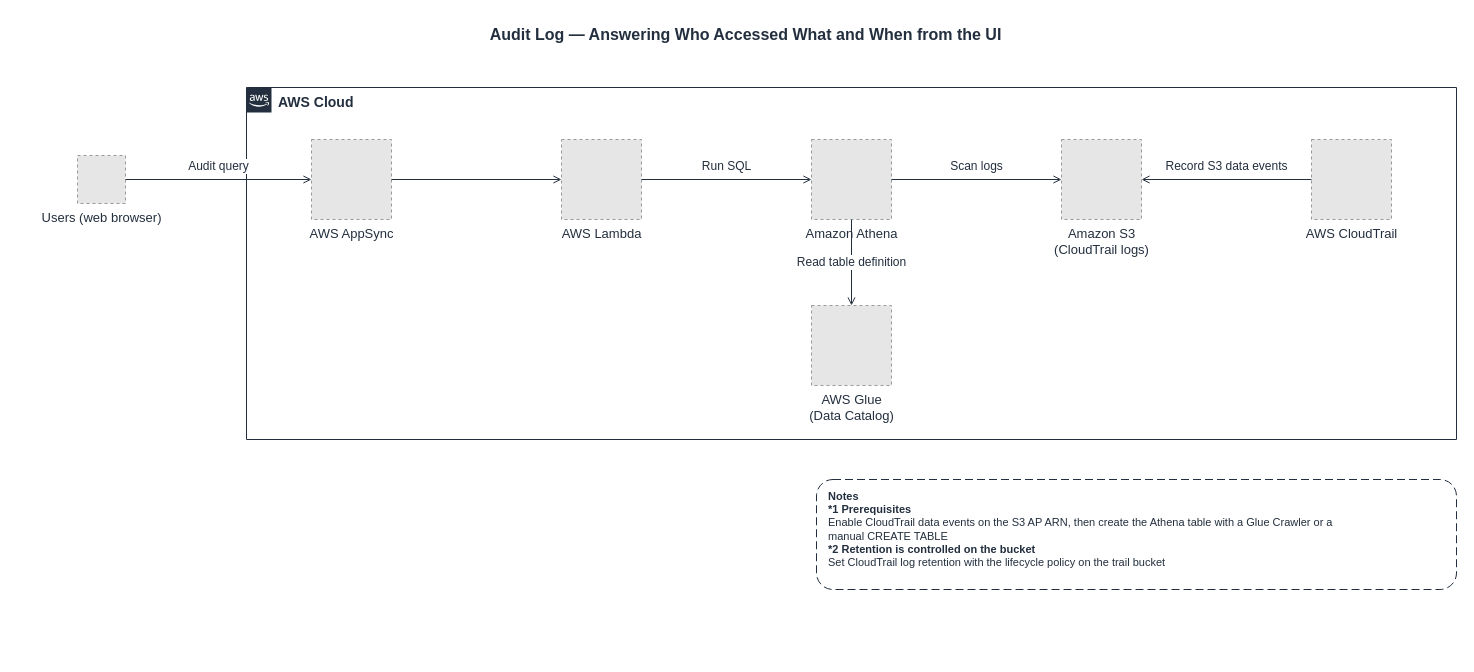
Before: docs/diagrams/part2-audit-log-pipeline-en.drawio in Yoshiki0705/FSx-for-ONTAP-S3AccessPoints-Serverless-Patterns, a draw.io diagram. Source tidied: cells renumbered, new cells numbered last; positions are measured from the earlier drawing's top-left corner, leaving out a move shared by most shapes. Both pictures are drawn from the tidied source at 100%, with x=0, y=0 at pixel (33, 17). Pictures stored in the file or linked from it are replaced by grey dashed boxes.
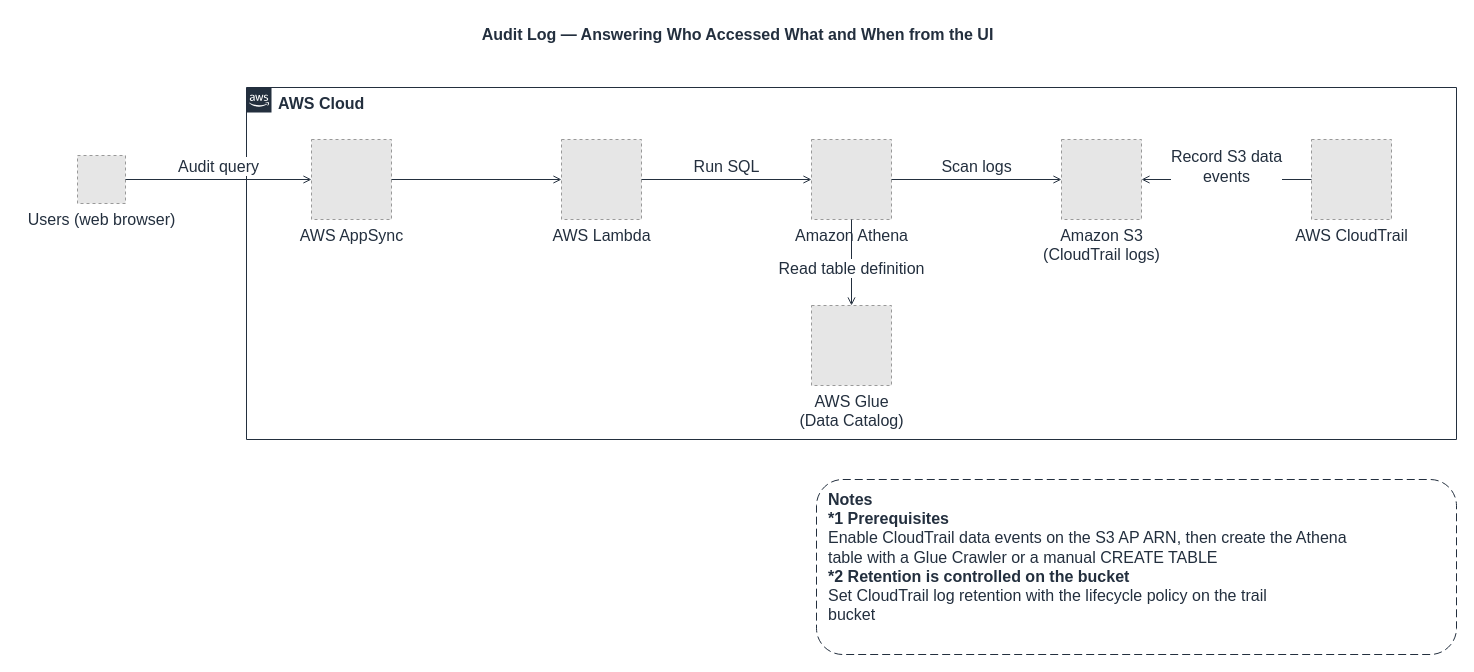
Above is the later version.

What changed in the source:
```diff
@@
     <mxCell id="2" value="Audit Log — Answering Who Accessed What and When from the UI" style="text;html=1;align=center;verticalAlign=middle;fontSize=16;fontStyle=1;fontColor=#232F3E;" parent="1" vertex="1">
-      <mxGeometry width="1423" height="34" as="geometry" />
+      <mxGeometry x="-16" width="1439" height="34" as="geometry" />
     </mxCell>
-    <mxCell id="3" value="AWS Cloud" style="gradientColor=none;html=1;whiteSpace=wrap;fontSize=14;fontStyle=1;shape=mxgraph.aws4.group;grIcon=mxgraph.aws4.group_aws_cloud_alt;strokeColor=#232F3E;fillColor=none;verticalAlign=top;align=left;spacingLeft=30;fontColor=#232F3E;dashed=0;" parent="1" vertex="1">
+    <mxCell id="3" value="AWS Cloud" style="gradientColor=none;html=1;whiteSpace=wrap;fontSize=16;fontStyle=1;shape=mxgraph.aws4.group;grIcon=mxgraph.aws4.group_aws_cloud_alt;strokeColor=#232F3E;fillColor=none;verticalAlign=top;align=left;spacingLeft=30;fontColor=#232F3E;dashed=0;" parent="1" vertex="1">
       <mxGeometry x="213" y="70" width="1210" height="352" as="geometry" />
     </mxCell>
-    <mxCell id="4" value="Users (web browser)" style="fillColor=#E6E6E6;strokeColor=#999999;dashed=1;html=1;verticalLabelPosition=bottom;verticalAlign=top;labelPosition=center;align=center;fontSize=13;fontColor=#232F3E;" parent="1" vertex="1">
+    <mxCell id="4" value="Users (web browser)" style="fillColor=#E6E6E6;strokeColor=#999999;dashed=1;html=1;verticalLabelPosition=bottom;verticalAlign=top;labelPosition=center;align=center;fontSize=16;fontColor=#232F3E;" parent="1" vertex="1">
       <mxGeometry x="44" y="138" width="48" height="48" as="geometry" />
     </mxCell>
-    <mxCell id="5" value="AWS AppSync" style="fillColor=#E6E6E6;strokeColor=#999999;dashed=1;html=1;verticalLabelPosition=bottom;verticalAlign=top;labelPosition=center;align=center;fontSize=13;fontColor=#232F3E;" parent="1" vertex="1">
+    <mxCell id="5" value="AWS AppSync" style="fillColor=#E6E6E6;strokeColor=#999999;dashed=1;html=1;verticalLabelPosition=bottom;verticalAlign=top;labelPosition=center;align=center;fontSize=16;fontColor=#232F3E;" parent="1" vertex="1">
       <mxGeometry x="278" y="122" width="80" height="80" as="geometry" />
     </mxCell>
-    <mxCell id="6" value="AWS Lambda" style="fillColor=#E6E6E6;strokeColor=#999999;dashed=1;html=1;verticalLabelPosition=bottom;verticalAlign=top;labelPosition=center;align=center;fontSize=13;fontColor=#232F3E;" parent="1" vertex="1">
+    <mxCell id="6" value="AWS Lambda" style="fillColor=#E6E6E6;strokeColor=#999999;dashed=1;html=1;verticalLabelPosition=bottom;verticalAlign=top;labelPosition=center;align=center;fontSize=16;fontColor=#232F3E;" parent="1" vertex="1">
       <mxGeometry x="528" y="122" width="80" height="80" as="geometry" />
     </mxCell>
-    <mxCell id="7" value="Amazon Athena" style="fillColor=#E6E6E6;strokeColor=#999999;dashed=1;html=1;verticalLabelPosition=bottom;verticalAlign=top;labelPosition=center;align=center;fontSize=13;fontColor=#232F3E;" parent="1" vertex="1">
+    <mxCell id="7" value="Amazon Athena" style="fillColor=#E6E6E6;strokeColor=#999999;dashed=1;html=1;verticalLabelPosition=bottom;verticalAlign=top;labelPosition=center;align=center;fontSize=16;fontColor=#232F3E;" parent="1" vertex="1">
       <mxGeometry x="778" y="122" width="80" height="80" as="geometry" />
     </mxCell>
-    <mxCell id="8" value="AWS Glue&lt;br&gt;(Data Catalog)" style="fillColor=#E6E6E6;strokeColor=#999999;dashed=1;html=1;verticalLabelPosition=bottom;verticalAlign=top;labelPosition=center;align=center;fontSize=13;fontColor=#232F3E;" parent="1" vertex="1">
+    <mxCell id="8" value="AWS Glue&lt;br&gt;(Data Catalog)" style="fillColor=#E6E6E6;strokeColor=#999999;dashed=1;html=1;verticalLabelPosition=bottom;verticalAlign=top;labelPosition=center;align=center;fontSize=16;fontColor=#232F3E;" parent="1" vertex="1">
       <mxGeometry x="778" y="288" width="80" height="80" as="geometry" />
     </mxCell>
-    <mxCell id="9" value="Amazon S3&lt;br&gt;(CloudTrail logs)" style="fillColor=#E6E6E6;strokeColor=#999999;dashed=1;html=1;verticalLabelPosition=bottom;verticalAlign=top;labelPosition=center;align=center;fontSize=13;fontColor=#232F3E;" parent="1" vertex="1">
+    <mxCell id="9" value="Amazon S3&lt;br&gt;(CloudTrail logs)" style="fillColor=#E6E6E6;strokeColor=#999999;dashed=1;html=1;verticalLabelPosition=bottom;verticalAlign=top;labelPosition=center;align=center;fontSize=16;fontColor=#232F3E;" parent="1" vertex="1">
       <mxGeometry x="1028" y="122" width="80" height="80" as="geometry" />
     </mxCell>
-    <mxCell id="10" value="AWS CloudTrail" style="fillColor=#E6E6E6;strokeColor=#999999;dashed=1;html=1;verticalLabelPosition=bottom;verticalAlign=top;labelPosition=center;align=center;fontSize=13;fontColor=#232F3E;" parent="1" vertex="1">
+    <mxCell id="10" value="AWS CloudTrail" style="fillColor=#E6E6E6;strokeColor=#999999;dashed=1;html=1;verticalLabelPosition=bottom;verticalAlign=top;labelPosition=center;align=center;fontSize=16;fontColor=#232F3E;" parent="1" vertex="1">
       <mxGeometry x="1278" y="122" width="80" height="80" as="geometry" />
     </mxCell>
-    <mxCell id="11" value="Audit query" style="edgeStyle=orthogonalEdgeStyle;rounded=0;jettySize=auto;html=1;endArrow=open;endFill=0;strokeColor=#232F3E;strokeWidth=1;fontSize=12;fontColor=#232F3E;labelBackgroundColor=#ffffff;" parent="1" edge="1" source="4" target="5">
+    <mxCell id="11" value="Audit query" style="edgeStyle=orthogonalEdgeStyle;rounded=0;jettySize=auto;html=1;endArrow=open;endFill=0;strokeColor=#232F3E;strokeWidth=1;fontSize=16;fontColor=#232F3E;labelBackgroundColor=#ffffff;" parent="1" edge="1" source="4" target="5">
       <mxGeometry relative="1" as="geometry">
         <mxPoint y="-13" as="offset" />
       </mxGeometry>
     </mxCell>
-    <mxCell id="12" style="edgeStyle=orthogonalEdgeStyle;rounded=0;jettySize=auto;html=1;endArrow=open;endFill=0;strokeColor=#232F3E;strokeWidth=1;fontSize=12;fontColor=#232F3E;labelBackgroundColor=#ffffff;" parent="1" edge="1" source="5" target="6">
+    <mxCell id="12" style="edgeStyle=orthogonalEdgeStyle;rounded=0;jettySize=auto;html=1;endArrow=open;endFill=0;strokeColor=#232F3E;strokeWidth=1;fontSize=16;fontColor=#232F3E;labelBackgroundColor=#ffffff;" parent="1" edge="1" source="5" target="6">
       <mxGeometry relative="1" as="geometry" />
     </mxCell>
-    <mxCell id="13" value="Run SQL" style="edgeStyle=orthogonalEdgeStyle;rounded=0;jettySize=auto;html=1;endArrow=open;endFill=0;strokeColor=#232F3E;strokeWidth=1;fontSize=12;fontColor=#232F3E;labelBackgroundColor=#ffffff;" parent="1" edge="1" source="6" target="7">
+    <mxCell id="13" value="Run SQL" style="edgeStyle=orthogonalEdgeStyle;rounded=0;jettySize=auto;html=1;endArrow=open;endFill=0;strokeColor=#232F3E;strokeWidth=1;fontSize=16;fontColor=#232F3E;labelBackgroundColor=#ffffff;" parent="1" edge="1" source="6" target="7">
       <mxGeometry relative="1" as="geometry">
         <mxPoint y="-13" as="offset" />
       </mxGeometry>
     </mxCell>
-    <mxCell id="14" value="Read table definition" style="edgeStyle=orthogonalEdgeStyle;rounded=0;jettySize=auto;html=1;endArrow=open;endFill=0;strokeColor=#232F3E;strokeWidth=1;fontSize=12;fontColor=#232F3E;labelBackgroundColor=#ffffff;" parent="1" edge="1" source="7" target="8">
-      <mxGeometry relative="1" as="geometry" />
+    <mxCell id="14" value="Read table definition" style="edgeStyle=orthogonalEdgeStyle;rounded=0;jettySize=auto;html=1;endArrow=open;endFill=0;strokeColor=#232F3E;strokeWidth=1;fontSize=16;fontColor=#232F3E;labelBackgroundColor=#ffffff;" parent="1" edge="1" source="7" target="8">
+      <mxGeometry relative="1" as="geometry">
+        <mxPoint y="6" as="offset" />
+      </mxGeometry>
     </mxCell>
-    <mxCell id="15" value="Scan logs" style="edgeStyle=orthogonalEdgeStyle;rounded=0;jettySize=auto;html=1;endArrow=open;endFill=0;strokeColor=#232F3E;strokeWidth=1;fontSize=12;fontColor=#232F3E;labelBackgroundColor=#ffffff;" parent="1" edge="1" source="7" target="9">
+    <mxCell id="15" value="Scan logs" style="edgeStyle=orthogonalEdgeStyle;rounded=0;jettySize=auto;html=1;endArrow=open;endFill=0;strokeColor=#232F3E;strokeWidth=1;fontSize=16;fontColor=#232F3E;labelBackgroundColor=#ffffff;" parent="1" edge="1" source="7" target="9">
       <mxGeometry relative="1" as="geometry">
         <mxPoint y="-13" as="offset" />
       </mxGeometry>
     </mxCell>
-    <mxCell id="16" value="Record S3 data events" style="edgeStyle=orthogonalEdgeStyle;rounded=0;jettySize=auto;html=1;endArrow=open;endFill=0;strokeColor=#232F3E;strokeWidth=1;fontSize=12;fontColor=#232F3E;labelBackgroundColor=#ffffff;" parent="1" edge="1" source="10" target="9">
+    <mxCell id="16" value="Record S3 data&lt;br&gt;events" style="edgeStyle=orthogonalEdgeStyle;rounded=0;jettySize=auto;html=1;endArrow=open;endFill=0;strokeColor=#232F3E;strokeWidth=1;fontSize=16;fontColor=#232F3E;labelBackgroundColor=#ffffff;" parent="1" edge="1" source="10" target="9">
       <mxGeometry relative="1" as="geometry">
         <mxPoint y="-13" as="offset" />
       </mxGeometry>
     </mxCell>
-    <mxCell id="17" value="&lt;b&gt;Notes&lt;/b&gt;&lt;br&gt;&lt;b&gt;*1 Prerequisites&lt;/b&gt;&lt;br&gt;Enable CloudTrail data events on the S3 AP ARN, then create the Athena table with a Glue Crawler or a&lt;br&gt;manual CREATE TABLE&lt;br&gt;&lt;b&gt;*2 Retention is controlled on the bucket&lt;/b&gt;&lt;br&gt;Set CloudTrail log retention with the lifecycle policy on the trail bucket" style="rounded=1;whiteSpace=wrap;html=1;dashed=1;dashPattern=8 4;strokeColor=#232F3E;fillColor=#FFFFFF;align=left;verticalAlign=top;spacingLeft=10;spacingTop=4;fontSize=11;fontColor=#232F3E;" parent="1" vertex="1">
-      <mxGeometry x="783" y="462" width="640" height="110" as="geometry" />
+    <mxCell id="17" value="&lt;b&gt;Notes&lt;/b&gt;&lt;br&gt;&lt;b&gt;*1 Prerequisites&lt;/b&gt;&lt;br&gt;Enable CloudTrail data events on the S3 AP ARN, then create the Athena&lt;br&gt;table with a Glue Crawler or a manual CREATE TABLE&lt;br&gt;&lt;b&gt;*2 Retention is controlled on the bucket&lt;/b&gt;&lt;br&gt;Set CloudTrail log retention with the lifecycle policy on the trail&lt;br&gt;bucket" style="rounded=1;whiteSpace=wrap;html=1;dashed=1;dashPattern=8 4;strokeColor=#232F3E;fillColor=#FFFFFF;align=left;verticalAlign=top;spacingLeft=10;spacingTop=4;fontSize=16;fontColor=#232F3E;" parent="1" vertex="1">
+      <mxGeometry x="783" y="462" width="640" height="175" as="geometry" />
     </mxCell>
```
